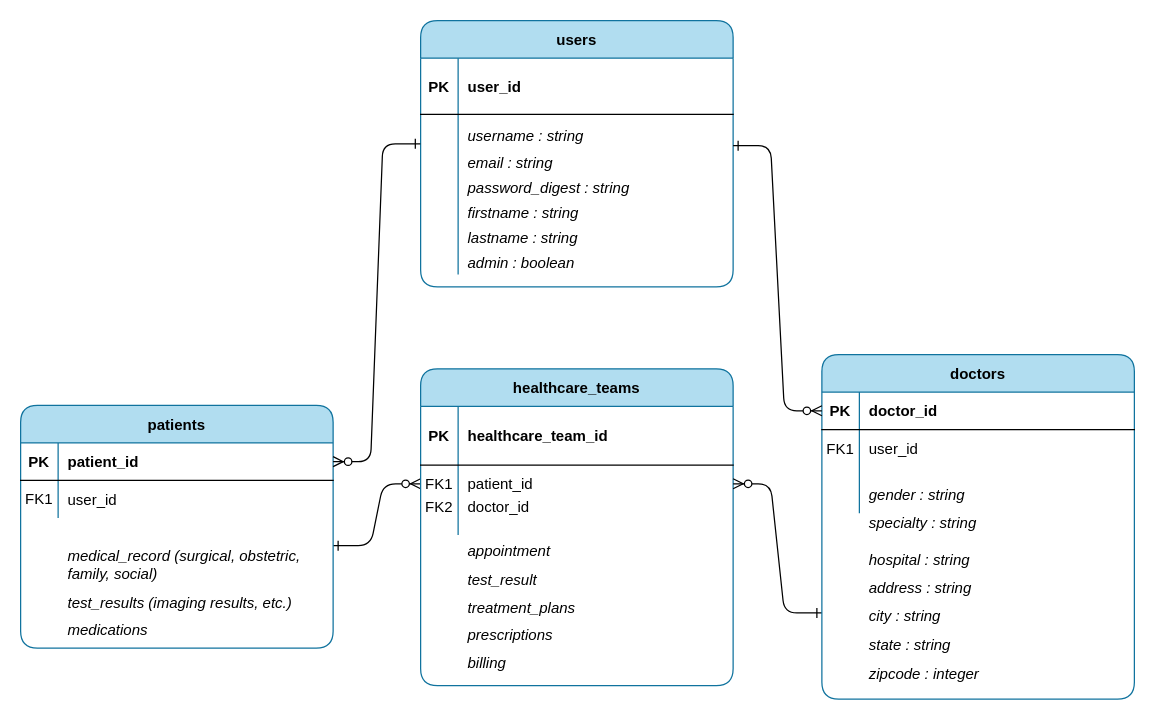
Above: PlanMyMDVisit.drawio in fentybit/PlanMyMDVisit (draw.io), before the change. Source tidied: cells renumbered, new cells numbered last; positions are measured from the earlier drawing's top-left corner, leaving out a move shared by most shapes. Both pictures are drawn from the tidied source at 125%, with x=0, y=0 at pixel (20, 20).
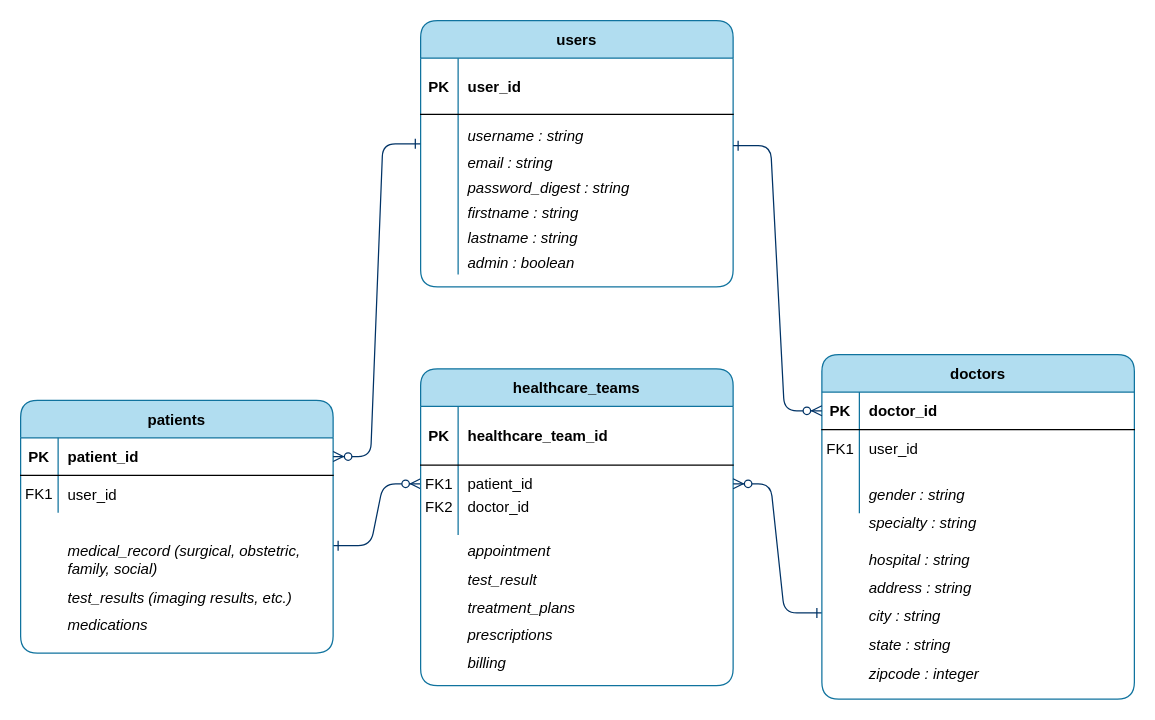
The same diagram, later.

Unchanged cells that the change refers to:
```xml
<mxCell id="7" style="shape=partialRectangle;fillColor=none;points=[[0,0.5],[1,0.5]];portConstraint=eastwest;top=0;left=0;right=0;bottom=0;" parent="3" vertex="1">
  <mxGeometry y="77" width="250" height="30" as="geometry" />
</mxCell>
<mxCell id="14" style="shape=partialRectangle;fillColor=none;points=[[0,0.5],[1,0.5]];portConstraint=eastwest;top=0;left=0;right=0;bottom=1;" parent="13" vertex="1">
  <mxGeometry y="30" width="250" height="30" as="geometry" />
</mxCell>
<mxCell id="22" value="doctors" style="shape=table;startSize=30;childLayout=tableLayout;rowLines=0;fontStyle=1;align=center;rounded=1;fillColor=#b1ddf0;strokeColor=#10739e;" parent="1" vertex="1">
  <mxGeometry x="641" y="267.1" width="250" height="275.6" as="geometry" />
</mxCell>
<mxCell id="23" style="shape=partialRectangle;fillColor=none;points=[[0,0.5],[1,0.5]];portConstraint=eastwest;top=0;left=0;right=0;bottom=1;" parent="22" vertex="1">
  <mxGeometry y="30" width="250" height="30" as="geometry" />
</mxCell>
<mxCell id="40" style="shape=partialRectangle;fillColor=none;points=[[0,0.5],[1,0.5]];portConstraint=eastwest;top=0;left=0;right=0;bottom=0;" parent="33" vertex="1">
  <mxGeometry y="105" width="250" height="98" as="geometry" />
</mxCell>
```

Diff of the diagram source:
```diff
@@
-    <mxCell id="2" style="edgeStyle=entityRelationEdgeStyle;endArrow=ERzeroToMany;startArrow=ERone;endFill=1;startFill=0;" parent="1" edge="1" target="7">
+    <mxCell id="2" style="edgeStyle=entityRelationEdgeStyle;endArrow=ERzeroToMany;startArrow=ERone;endFill=1;startFill=0;strokeColor=#003366;" parent="1" edge="1" target="7">
       <mxGeometry relative="1" as="geometry">
         <mxPoint x="250" y="420" as="sourcePoint" />
       </mxGeometry>
     </mxCell>
@@
     <mxCell id="13" value="patients" style="shape=table;startSize=30;childLayout=tableLayout;rowLines=0;fontStyle=1;align=center;rounded=1;fillColor=#b1ddf0;strokeColor=#10739e;" parent="1" vertex="1">
-      <mxGeometry y="307.8" width="250" height="194.2" as="geometry" />
+      <mxGeometry y="303.7" width="250" height="202.2" as="geometry" />
     </mxCell>
@@
-    <mxCell id="20" style="edgeStyle=entityRelationEdgeStyle;endArrow=ERzeroToMany;startArrow=ERone;endFill=1;startFill=0;entryX=1;entryY=0.5;entryDx=0;entryDy=0;exitX=0;exitY=0.75;exitDx=0;exitDy=0;" parent="1" edge="1" source="22" target="7">
+    <mxCell id="20" style="edgeStyle=entityRelationEdgeStyle;endArrow=ERzeroToMany;startArrow=ERone;endFill=1;startFill=0;entryX=1;entryY=0.5;entryDx=0;entryDy=0;exitX=0;exitY=0.75;exitDx=0;exitDy=0;strokeColor=#003366;" parent="1" edge="1" source="22" target="7">
       <mxGeometry relative="1" as="geometry" />
     </mxCell>
@@
-    <mxCell id="43" style="edgeStyle=entityRelationEdgeStyle;endArrow=ERzeroToMany;startArrow=ERone;endFill=1;startFill=0;entryX=1;entryY=0.5;entryDx=0;entryDy=0;exitX=-0.001;exitY=-0.066;exitDx=0;exitDy=0;exitPerimeter=0;" parent="1" edge="1" source="40" target="14">
+    <mxCell id="43" style="edgeStyle=entityRelationEdgeStyle;endArrow=ERzeroToMany;startArrow=ERone;endFill=1;startFill=0;entryX=1;entryY=0.5;entryDx=0;entryDy=0;exitX=-0.001;exitY=-0.066;exitDx=0;exitDy=0;exitPerimeter=0;strokeColor=#003366;" parent="1" edge="1" source="40" target="14">
       <mxGeometry relative="1" as="geometry" />
     </mxCell>
@@
     <mxCell id="49" value="FK1" style="shape=partialRectangle;overflow=hidden;fillColor=none;top=0;left=0;bottom=0;right=0;" parent="1" vertex="1">
-      <mxGeometry y="367.2" width="30" height="30" as="geometry" />
+      <mxGeometry y="363.2" width="30" height="30" as="geometry" />
     </mxCell>
@@
     <mxCell id="51" value="medical_record (surgical, obstetric, &#10;family, social) " style="shape=partialRectangle;overflow=hidden;fillColor=none;top=0;left=0;bottom=0;right=0;align=left;spacingLeft=6;fontStyle=2;" parent="1" vertex="1">
-      <mxGeometry x="30" y="420.2" width="220" height="30" as="geometry" />
+      <mxGeometry x="30" y="416.2" width="220" height="30" as="geometry" />
     </mxCell>
@@
     <mxCell id="53" value="test_results (imaging results, etc.)" style="shape=partialRectangle;overflow=hidden;fillColor=none;top=0;left=0;bottom=0;right=0;align=left;spacingLeft=6;fontStyle=2;" parent="1" vertex="1">
-      <mxGeometry x="30" y="450.2" width="220" height="30" as="geometry" />
+      <mxGeometry x="30" y="446.2" width="220" height="30" as="geometry" />
     </mxCell>
     <mxCell id="54" value="medications" style="shape=partialRectangle;overflow=hidden;fillColor=none;top=0;left=0;bottom=0;right=0;align=left;spacingLeft=6;fontStyle=2;" parent="1" vertex="1">
-      <mxGeometry x="30" y="472.2" width="220" height="30" as="geometry" />
+      <mxGeometry x="30" y="468.2" width="220" height="30" as="geometry" />
     </mxCell>
@@
-    <mxCell id="66" style="edgeStyle=entityRelationEdgeStyle;endArrow=ERzeroToMany;startArrow=ERone;endFill=1;startFill=0;entryX=0;entryY=0.5;entryDx=0;entryDy=0;" parent="1" edge="1" target="23">
+    <mxCell id="66" style="edgeStyle=entityRelationEdgeStyle;endArrow=ERzeroToMany;startArrow=ERone;endFill=1;startFill=0;entryX=0;entryY=0.5;entryDx=0;entryDy=0;strokeColor=#003366;" parent="1" edge="1" target="23">
       <mxGeometry relative="1" as="geometry">
         <mxPoint x="570" y="100" as="sourcePoint" />
       </mxGeometry>
     </mxCell>
```
